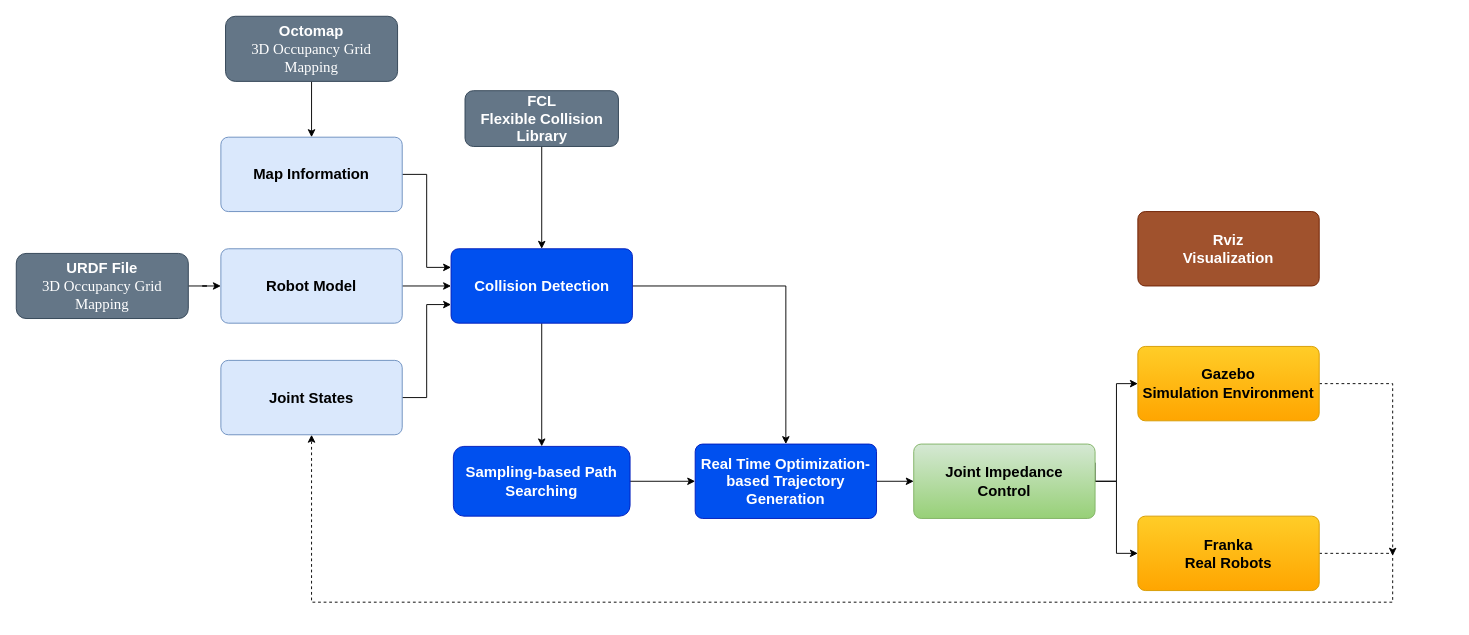
Earlier version of the draw.io diagram Untitled Diagram.drawio (jasonchenj/game). Source tidied: cells renumbered, new cells numbered last; positions are measured from the earlier drawing's top-left corner, leaving out a move shared by most shapes. Both pictures are drawn from the tidied source at 93%, with x=0, y=0 at pixel (16, 16).
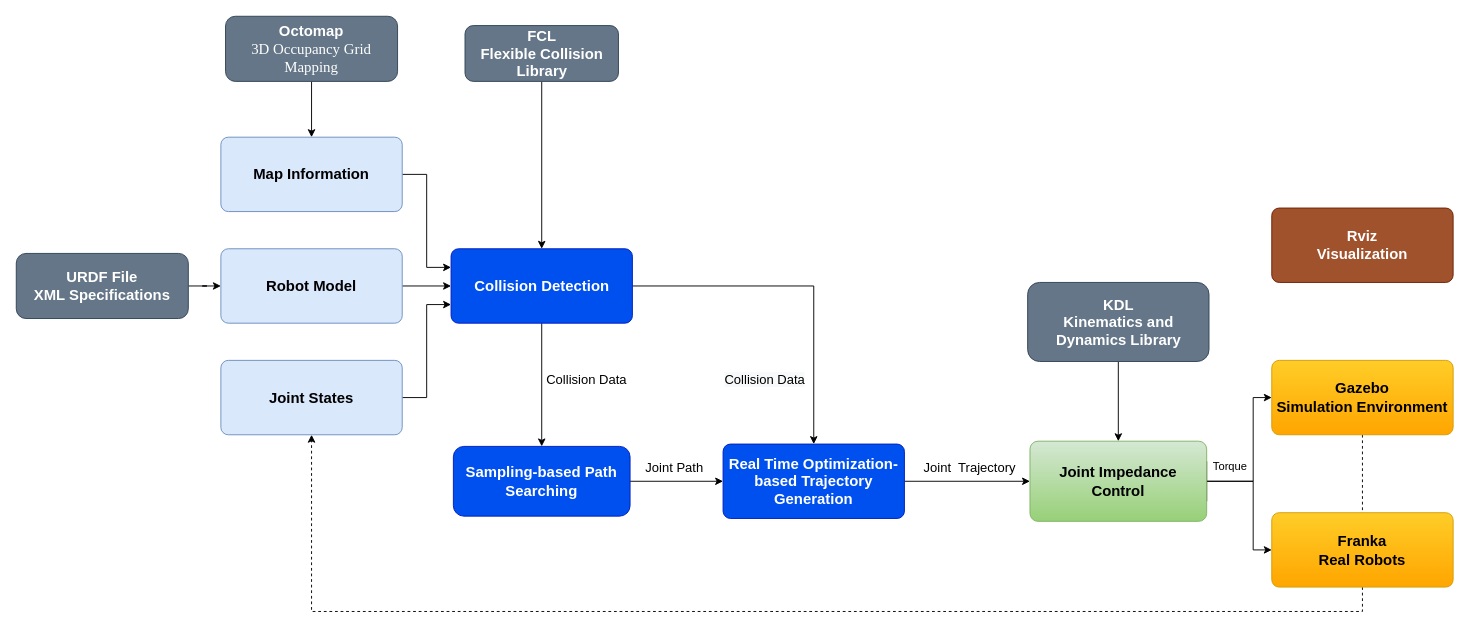
After the change.

Unchanged cells that the change refers to:
```xml
<mxCell id="25" value="&lt;span style=&quot;font-size: 16px&quot;&gt;&lt;b&gt;Joint States&lt;/b&gt;&lt;/span&gt;" style="rounded=1;whiteSpace=wrap;html=1;fillColor=#dae8fc;strokeColor=#6c8ebf;arcSize=10;" parent="1" vertex="1">
  <mxGeometry x="220" y="370" width="195" height="80" as="geometry" />
</mxCell>
```

Change to the diagram source:
```diff
@@
     <mxCell id="3" value="&lt;font style=&quot;font-size: 16px&quot;&gt;&lt;b&gt;FCL&lt;br&gt;Flexible Collision Library&lt;br&gt;&lt;/b&gt;&lt;/font&gt;" style="rounded=1;whiteSpace=wrap;html=1;fillColor=#647687;strokeColor=#314354;fontColor=#ffffff;" parent="1" vertex="1">
-      <mxGeometry x="482.5" y="80" width="165" height="60" as="geometry" />
+      <mxGeometry x="482.5" y="10" width="165" height="60" as="geometry" />
     </mxCell>
@@
     <mxCell id="7" value="&lt;span style=&quot;font-size: 16px&quot;&gt;&lt;b&gt;Real Time Optimization-based Trajectory Generation&lt;/b&gt;&lt;/span&gt;" style="rounded=1;whiteSpace=wrap;html=1;fillColor=#0050ef;strokeColor=#001DBC;arcSize=10;fontColor=#ffffff;" parent="1" vertex="1">
-      <mxGeometry x="730" y="460" width="195" height="80" as="geometry" />
+      <mxGeometry x="760" y="460" width="195" height="80" as="geometry" />
     </mxCell>
@@
     <mxCell id="11" style="edgeStyle=orthogonalEdgeStyle;rounded=0;jettySize=auto;html=1;exitX=1;exitY=0.25;exitDx=0;exitDy=0;entryX=0;entryY=0.5;entryDx=0;entryDy=0;" parent="1" edge="1" source="13" target="15">
       <mxGeometry relative="1" as="geometry">
         <Array as="points">
-          <mxPoint x="1160" y="500" />
-          <mxPoint x="1183" y="500" />
-          <mxPoint x="1183" y="395" />
+          <mxPoint x="1280" y="500" />
+          <mxPoint x="1330" y="500" />
+          <mxPoint x="1330" y="410" />
         </Array>
       </mxGeometry>
     </mxCell>
-    <mxCell id="12" style="edgeStyle=orthogonalEdgeStyle;rounded=0;jettySize=auto;html=1;" parent="1" edge="1" source="13" target="17">
-      <mxGeometry relative="1" as="geometry" />
+    <mxCell id="12" style="edgeStyle=orthogonalEdgeStyle;rounded=0;jettySize=auto;html=1;exitX=1;exitY=0.75;exitDx=0;exitDy=0;entryX=0;entryY=0.5;entryDx=0;entryDy=0;" parent="1" edge="1" source="13" target="17">
+      <mxGeometry relative="1" as="geometry">
+        <Array as="points">
+          <mxPoint x="1280" y="500" />
+          <mxPoint x="1330" y="500" />
+          <mxPoint x="1330" y="574" />
+        </Array>
+      </mxGeometry>
     </mxCell>
     <mxCell id="13" value="&lt;span style=&quot;font-size: 16px&quot;&gt;&lt;b&gt;Joint Impedance &lt;br&gt;Control&lt;/b&gt;&lt;/span&gt;" style="rounded=1;whiteSpace=wrap;html=1;fillColor=#d5e8d4;strokeColor=#82b366;arcSize=10;gradientColor=#97d077;" parent="1" vertex="1">
-      <mxGeometry x="965" y="460" width="195" height="80" as="geometry" />
+      <mxGeometry x="1090" y="456.9" width="190" height="86.2" as="geometry" />
     </mxCell>
     <mxCell id="14" style="edgeStyle=orthogonalEdgeStyle;rounded=0;jettySize=auto;html=1;dashed=1;" parent="1" edge="1" source="15">
       <mxGeometry relative="1" as="geometry">
-        <mxPoint x="1480" y="580" as="targetPoint" />
+        <mxPoint x="1490" y="590" as="targetPoint" />
         <Array as="points">
-          <mxPoint x="1480" y="395" />
+          <mxPoint x="1447" y="580" />
         </Array>
       </mxGeometry>
     </mxCell>
     <mxCell id="15" value="&lt;span style=&quot;font-size: 16px&quot;&gt;&lt;b&gt;Gazebo&lt;br&gt;Simulation Environment&lt;br&gt;&lt;/b&gt;&lt;/span&gt;" style="rounded=1;whiteSpace=wrap;html=1;fillColor=#ffcd28;strokeColor=#d79b00;arcSize=10;gradientColor=#ffa500;" parent="1" vertex="1">
-      <mxGeometry x="1206" y="355" width="195" height="80" as="geometry" />
+      <mxGeometry x="1350" y="370" width="195" height="80" as="geometry" />
     </mxCell>
     <mxCell id="16" style="edgeStyle=orthogonalEdgeStyle;rounded=0;jettySize=auto;html=1;entryX=0.5;entryY=1;entryDx=0;entryDy=0;dashed=1;" parent="1" edge="1" source="17" target="25">
       <mxGeometry relative="1" as="geometry">
         <Array as="points">
-          <mxPoint x="1480" y="577" />
-          <mxPoint x="1480" y="630" />
-          <mxPoint x="317" y="630" />
+          <mxPoint x="1447" y="640" />
+          <mxPoint x="318" y="640" />
         </Array>
       </mxGeometry>
     </mxCell>
     <mxCell id="17" value="&lt;span style=&quot;font-size: 16px&quot;&gt;&lt;b&gt;Franka&lt;br&gt;Real Robots&lt;br&gt;&lt;/b&gt;&lt;/span&gt;" style="rounded=1;whiteSpace=wrap;html=1;fillColor=#ffcd28;strokeColor=#d79b00;arcSize=10;gradientColor=#ffa500;" parent="1" vertex="1">
-      <mxGeometry x="1206" y="537.5" width="195" height="80" as="geometry" />
+      <mxGeometry x="1350" y="533.8" width="195" height="80" as="geometry" />
     </mxCell>
@@
-    <mxCell id="27" value="&lt;font style=&quot;font-size: 16px&quot;&gt;&lt;b&gt;URDF File&lt;br&gt;&lt;/b&gt;&lt;span style=&quot;font-family: &amp;#34;times new roman&amp;#34; ; font-size: medium&quot;&gt;3D Occupancy Grid Mapping&lt;/span&gt;&lt;b&gt;&lt;br&gt;&lt;/b&gt;&lt;/font&gt;" style="rounded=1;whiteSpace=wrap;html=1;fillColor=#647687;strokeColor=#314354;fontColor=#ffffff;" parent="1" vertex="1">
+    <mxCell id="27" value="&lt;font&gt;&lt;b&gt;&lt;span style=&quot;font-size: 16px&quot;&gt;URDF File&lt;br&gt;XML Specifications&lt;br&gt;&lt;/span&gt;&lt;/b&gt;&lt;/font&gt;" style="rounded=1;whiteSpace=wrap;html=1;fillColor=#647687;strokeColor=#314354;fontColor=#ffffff;" parent="1" vertex="1">
       <mxGeometry y="255" width="185" height="70" as="geometry" />
     </mxCell>
     <mxCell id="28" value="&lt;span style=&quot;font-size: 16px&quot;&gt;&lt;b&gt;Rviz&lt;br&gt;Visualization&lt;/b&gt;&lt;/span&gt;" style="rounded=1;whiteSpace=wrap;html=1;fillColor=#a0522d;strokeColor=#6D1F00;arcSize=10;fontColor=#ffffff;" parent="1" vertex="1">
-      <mxGeometry x="1206" y="210" width="195" height="80" as="geometry" />
+      <mxGeometry x="1350" y="206.2" width="195" height="80" as="geometry" />
     </mxCell>
+    <mxCell id="29" style="edgeStyle=orthogonalEdgeStyle;rounded=0;jettySize=auto;html=1;" parent="1" edge="1" source="30" target="13">
+      <mxGeometry relative="1" as="geometry" />
+    </mxCell>
+    <mxCell id="30" value="&lt;font&gt;&lt;b&gt;&lt;font style=&quot;font-size: 16px&quot;&gt;KDL&lt;br&gt;Kinematics and Dynamics Library&lt;/font&gt;&lt;br&gt;&lt;/b&gt;&lt;/font&gt;" style="rounded=1;whiteSpace=wrap;html=1;fillColor=#647687;strokeColor=#314354;fontColor=#ffffff;" parent="1" vertex="1">
+      <mxGeometry x="1087.5" y="286.2" width="195" height="85" as="geometry" />
+    </mxCell>
+    <mxCell id="31" value="&lt;span style=&quot;color: rgb(0, 0, 0); font-family: helvetica; font-size: 14px; font-style: normal; font-weight: 400; letter-spacing: normal; text-align: center; text-indent: 0px; text-transform: none; word-spacing: 0px; background-color: rgb(248, 249, 250); display: inline; float: none;&quot;&gt;Collision Data&lt;/span&gt;" style="text;whiteSpace=wrap;html=1;" parent="1" vertex="1">
+      <mxGeometry x="760" y="376.2" width="110" height="30" as="geometry" />
+    </mxCell>
+    <mxCell id="32" value="&lt;font style=&quot;font-size: 14px&quot;&gt;Joint Path&lt;/font&gt;" style="text;html=1;strokeColor=none;fillColor=none;align=center;verticalAlign=middle;whiteSpace=wrap;rounded=0;" parent="1" vertex="1">
+      <mxGeometry x="662.5" y="473.8" width="90" height="22.5" as="geometry" />
+    </mxCell>
+    <mxCell id="33" value="&lt;font style=&quot;font-size: 14px&quot;&gt;Joint&amp;nbsp; Trajectory&lt;/font&gt;" style="text;html=1;align=center;verticalAlign=middle;" parent="1" vertex="1">
+      <mxGeometry x="970" y="476.2" width="110" height="20" as="geometry" />
+    </mxCell>
+    <mxCell id="34" value="&lt;span style=&quot;font-size: 14px&quot;&gt;Collision Data&lt;/span&gt;" style="text;html=1;align=center;verticalAlign=middle;" parent="1" vertex="1">
+      <mxGeometry x="562.5" y="381.2" width="100" height="20" as="geometry" />
+    </mxCell>
+    <mxCell id="35" value="Torque" style="text;html=1;align=center;verticalAlign=middle;" parent="1" vertex="1">
+      <mxGeometry x="1280" y="473.8" width="50" height="20" as="geometry" />
+    </mxCell>
```
